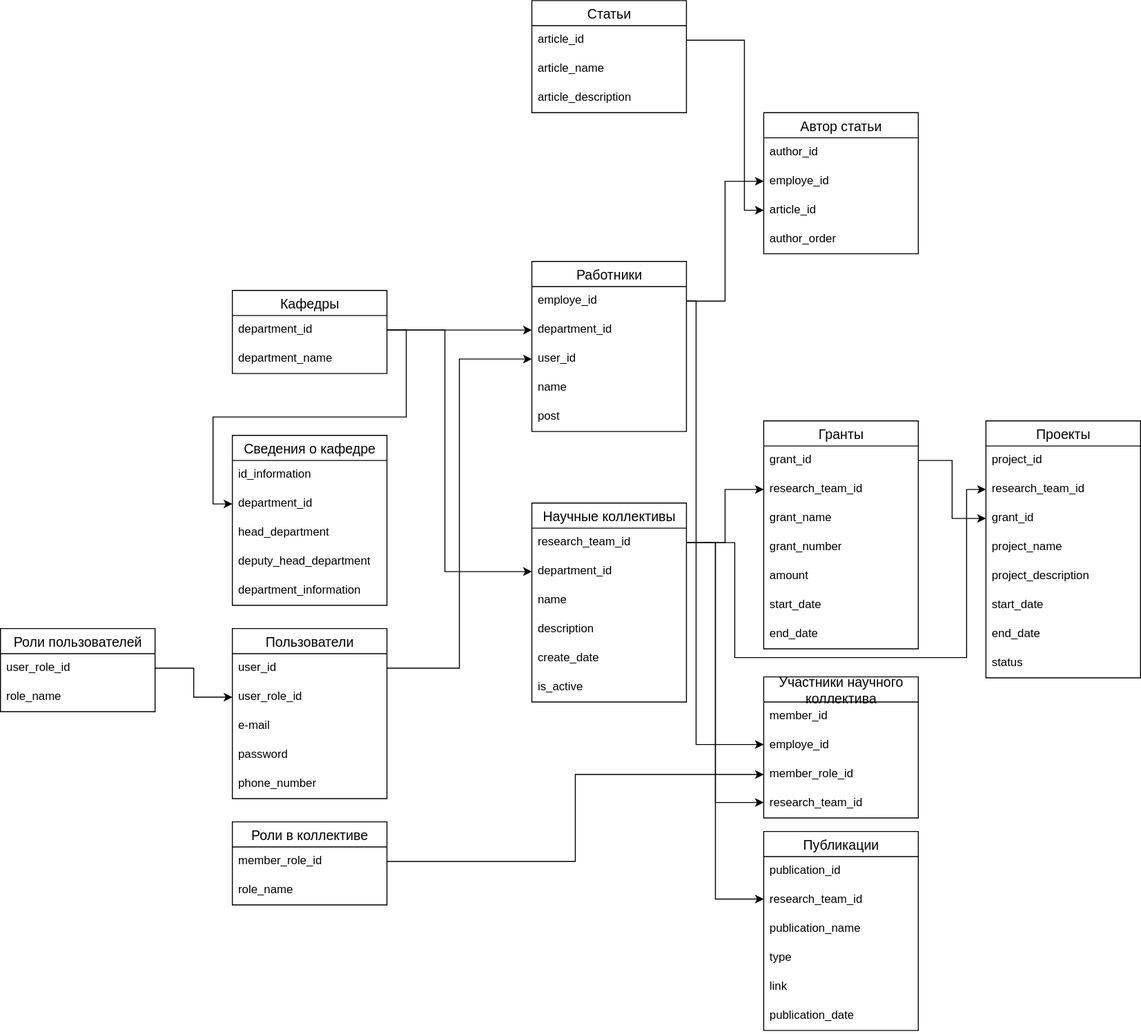
This is джанго/front/src/assets/КафедраДжаго.svg from desurestar/course-alyapin-web, a draw.io export, as it was before one commit. Source tidied: cells renumbered, new cells last; positions are measured from the earlier drawing's top-left corner, leaving out a move shared by most shapes.
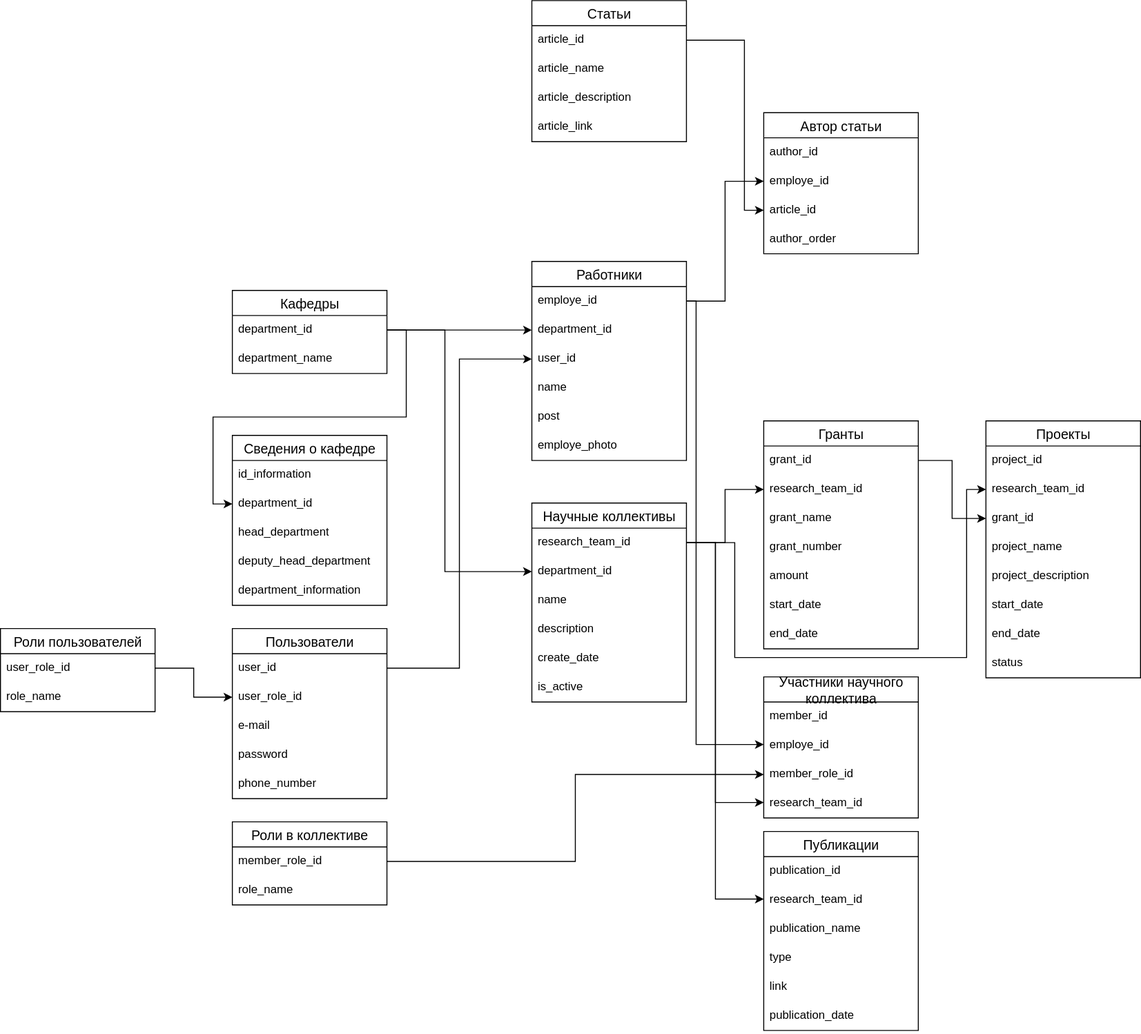
The same diagram one commit later.

The edit, as a diff of the source:
```diff
@@ -33,7 +33,7 @@
       <mxGeometry relative="1" as="geometry" />
     </mxCell>
     <mxCell id="12" value="Работники" style="swimlane;fontStyle=0;horizontal=1;startSize=26;align=center;fontSize=14;" parent="1" vertex="1">
-      <mxGeometry x="550" y="270" width="160" height="176" as="geometry" />
+      <mxGeometry x="550" y="270" width="160" height="206" as="geometry" />
     </mxCell>
     <mxCell id="13" value="employe_id" style="text;strokeColor=none;fillColor=none;spacingLeft=4;spacingRight=4;overflow=hidden;points=[[0,0.5],[1,0.5]];portConstraint=eastwest;fontSize=12;whiteSpace=wrap;html=1;" parent="12" vertex="1">
       <mxGeometry y="26" width="160" height="30" as="geometry" />
@@ -50,6 +50,9 @@
     <mxCell id="17" value="post" style="text;strokeColor=none;fillColor=none;spacingLeft=4;spacingRight=4;overflow=hidden;fontSize=12;whiteSpace=wrap;html=1;" parent="12" vertex="1">
       <mxGeometry y="146" width="160" height="30" as="geometry" />
     </mxCell>
+    <mxCell id="88" value="employe_photo&lt;div&gt;&lt;br&gt;&lt;/div&gt;" style="text;strokeColor=none;fillColor=none;spacingLeft=4;spacingRight=4;overflow=hidden;fontSize=12;whiteSpace=wrap;html=1;" parent="12" vertex="1">
+      <mxGeometry y="176" width="160" height="30" as="geometry" />
+    </mxCell>
     <mxCell id="18" style="edgeStyle=orthogonalEdgeStyle;rounded=0;jettySize=auto;html=1;exitX=1;exitY=0.5;exitDx=0;exitDy=0;entryX=0;entryY=0.5;entryDx=0;entryDy=0;" parent="1" edge="1" source="3" target="14">
       <mxGeometry relative="1" as="geometry" />
     </mxCell>
@@ -75,7 +78,7 @@
       <mxGeometry relative="1" as="geometry" />
     </mxCell>
     <mxCell id="26" value="Статьи" style="swimlane;fontStyle=0;horizontal=1;startSize=26;align=center;fontSize=14;" parent="1" vertex="1">
-      <mxGeometry x="550" width="160" height="116" as="geometry" />
+      <mxGeometry x="550" width="160" height="146" as="geometry" />
     </mxCell>
     <mxCell id="27" value="article_id" style="text;strokeColor=none;fillColor=none;spacingLeft=4;spacingRight=4;overflow=hidden;points=[[0,0.5],[1,0.5]];portConstraint=eastwest;fontSize=12;whiteSpace=wrap;html=1;" parent="26" vertex="1">
       <mxGeometry y="26" width="160" height="30" as="geometry" />
@@ -86,6 +89,9 @@
     <mxCell id="29" value="article_description" style="text;strokeColor=none;fillColor=none;spacingLeft=4;spacingRight=4;overflow=hidden;fontSize=12;whiteSpace=wrap;html=1;" parent="26" vertex="1">
       <mxGeometry y="86" width="160" height="30" as="geometry" />
     </mxCell>
+    <mxCell id="89" value="article_link" style="text;strokeColor=none;fillColor=none;spacingLeft=4;spacingRight=4;overflow=hidden;fontSize=12;whiteSpace=wrap;html=1;" parent="26" vertex="1">
+      <mxGeometry y="116" width="160" height="30" as="geometry" />
+    </mxCell>
     <mxCell id="30" value="Научные коллективы" style="swimlane;fontStyle=0;horizontal=1;startSize=26;align=center;fontSize=14;" parent="1" vertex="1">
       <mxGeometry x="550" y="520" width="160" height="206" as="geometry" />
     </mxCell>
```
